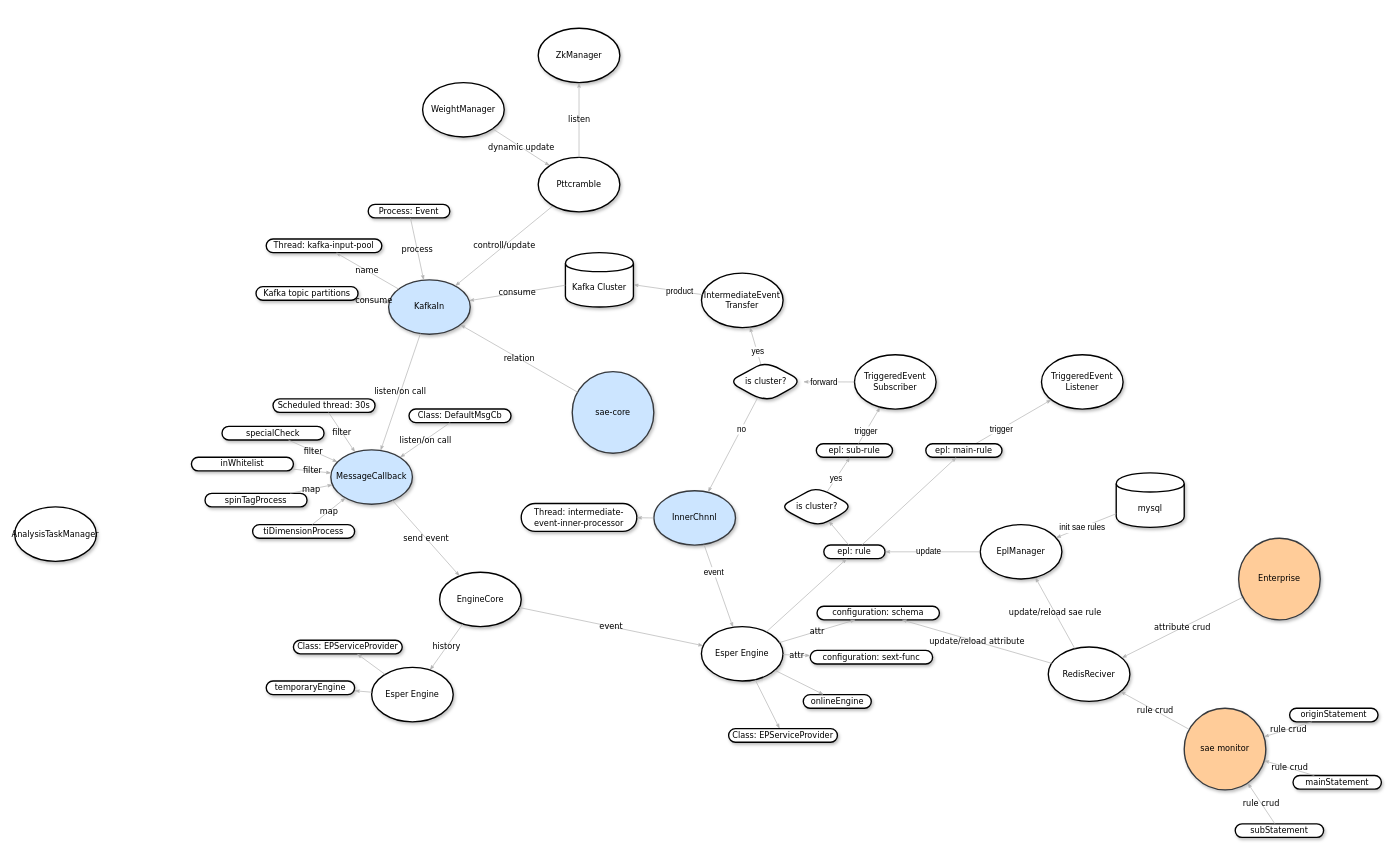
Before: hansight-sae-core-concept.drawio in popvlovs/popvlovs-repository, a draw.io diagram. Source tidied: cells renumbered, new cells numbered last; positions are measured from the earlier drawing's top-left corner, leaving out a move shared by most shapes. Both pictures are drawn from the tidied source at 68%, with x=0, y=0 at pixel (14, 28).
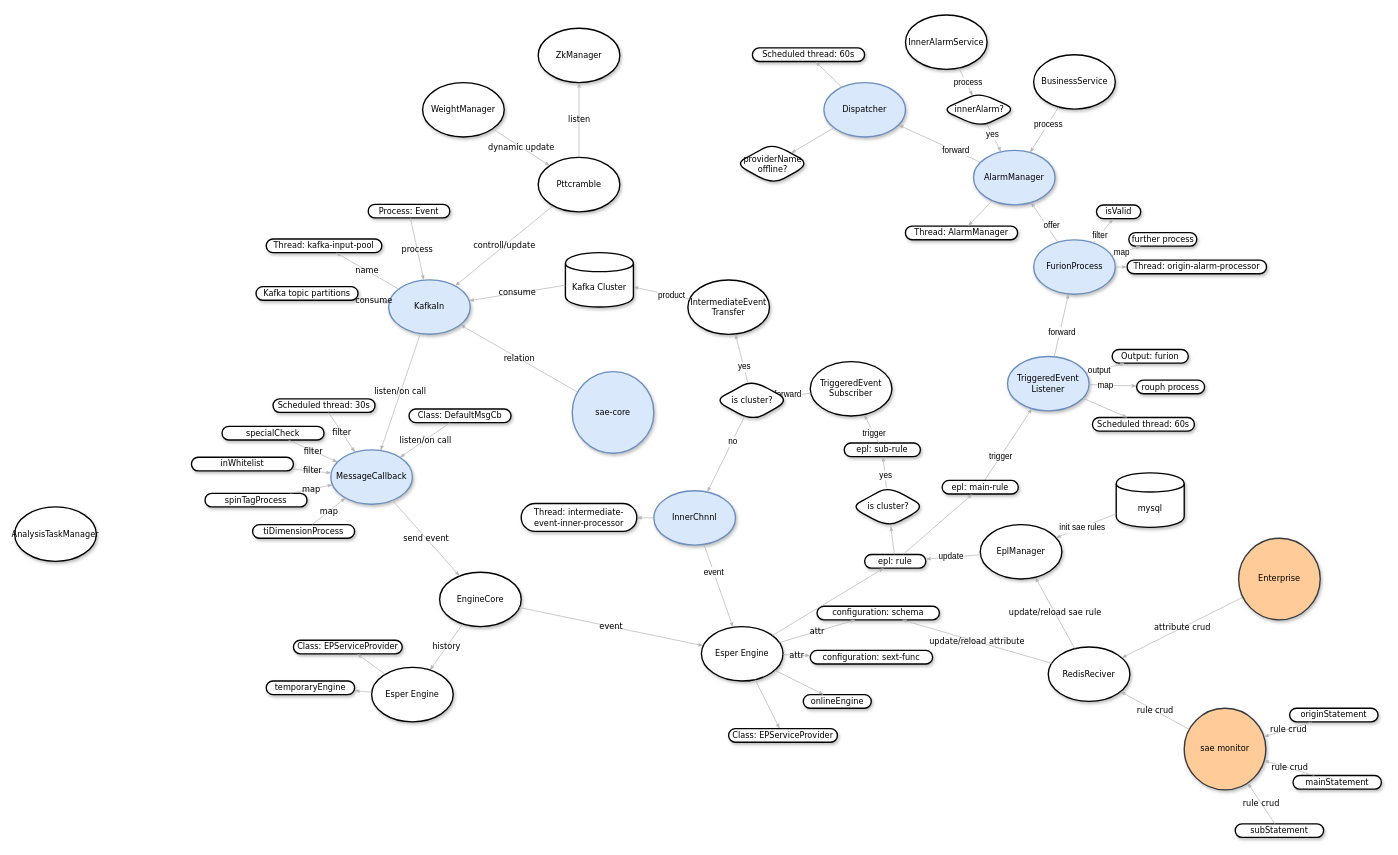
The same diagram, later.

Diff of the diagram source:
```diff
@@
-    <mxCell id="2" value="KafkaIn" style="ellipse;whiteSpace=wrap;html=1;rounded=1;shadow=1;comic=0;labelBackgroundColor=none;strokeColor=#36393d;strokeWidth=2;fillColor=#cce5ff;fontFamily=Verdana;fontSize=12;align=center;" parent="1" vertex="1">
+    <mxCell id="2" value="KafkaIn" style="ellipse;whiteSpace=wrap;html=1;rounded=1;shadow=1;comic=0;labelBackgroundColor=none;strokeColor=#6c8ebf;strokeWidth=2;fillColor=#dae8fc;fontFamily=Verdana;fontSize=12;align=center;" parent="1" vertex="1">
       <mxGeometry x="550" y="370" width="120" height="80" as="geometry" />
     </mxCell>
-    <mxCell id="3" value="sae-core&lt;br&gt;" style="ellipse;whiteSpace=wrap;html=1;rounded=1;shadow=1;comic=0;labelBackgroundColor=none;strokeColor=#36393d;strokeWidth=2;fillColor=#cce5ff;fontFamily=Verdana;fontSize=12;align=center;" parent="1" vertex="1">
+    <mxCell id="3" value="sae-core&lt;br&gt;" style="ellipse;whiteSpace=wrap;html=1;rounded=1;shadow=1;comic=0;labelBackgroundColor=none;strokeColor=#6c8ebf;strokeWidth=2;fillColor=#dae8fc;fontFamily=Verdana;fontSize=12;align=center;" parent="1" vertex="1">
       <mxGeometry x="820" y="505" width="120" height="120" as="geometry" />
     </mxCell>
@@
-    <mxCell id="10" value="MessageCallback" style="ellipse;whiteSpace=wrap;html=1;rounded=1;shadow=1;comic=0;labelBackgroundColor=none;strokeColor=#36393d;strokeWidth=2;fillColor=#cce5ff;fontFamily=Verdana;fontSize=12;align=center;" parent="1" vertex="1">
+    <mxCell id="10" value="MessageCallback" style="ellipse;whiteSpace=wrap;html=1;rounded=1;shadow=1;comic=0;labelBackgroundColor=none;strokeColor=#6c8ebf;strokeWidth=2;fillColor=#dae8fc;fontFamily=Verdana;fontSize=12;align=center;" parent="1" vertex="1">
       <mxGeometry x="465" y="620" width="120" height="80" as="geometry" />
     </mxCell>
@@
     <mxCell id="54" value="&lt;span&gt;epl: rule&lt;/span&gt;" style="whiteSpace=wrap;html=1;rounded=1;shadow=1;comic=0;labelBackgroundColor=none;strokeColor=#000000;strokeWidth=2;fillColor=#FFFFFF;fontFamily=Verdana;fontSize=12;fontColor=#000000;align=center;arcSize=50;" parent="1" vertex="1">
-      <mxGeometry x="1190" y="760" width="90" height="20" as="geometry" />
+      <mxGeometry x="1250" y="774" width="90" height="20" as="geometry" />
     </mxCell>
@@
-    <mxCell id="63" value="TriggeredEvent&lt;br&gt;Listener" style="ellipse;whiteSpace=wrap;html=1;rounded=1;shadow=1;comic=0;labelBackgroundColor=none;strokeColor=#000000;strokeWidth=2;fillColor=#FFFFFF;fontFamily=Verdana;fontSize=12;fontColor=#000000;align=center;" parent="1" vertex="1">
-      <mxGeometry x="1510.1" y="480.2" width="120" height="80" as="geometry" />
+    <mxCell id="63" value="TriggeredEvent&lt;br&gt;Listener" style="ellipse;whiteSpace=wrap;html=1;rounded=1;shadow=1;comic=0;labelBackgroundColor=none;strokeColor=#6c8ebf;strokeWidth=2;fillColor=#dae8fc;fontFamily=Verdana;fontSize=12;align=center;" parent="1" vertex="1">
+      <mxGeometry x="1460.1" y="482.7" width="120" height="80" as="geometry" />
     </mxCell>
@@
     <mxCell id="66" value="&lt;span&gt;epl: main-rule&lt;/span&gt;" style="whiteSpace=wrap;html=1;rounded=1;shadow=1;comic=0;labelBackgroundColor=none;strokeColor=#000000;strokeWidth=2;fillColor=#FFFFFF;fontFamily=Verdana;fontSize=12;fontColor=#000000;align=center;arcSize=50;" parent="1" vertex="1">
-      <mxGeometry x="1340" y="611" width="112" height="20" as="geometry" />
+      <mxGeometry x="1364" y="665" width="112" height="20" as="geometry" />
     </mxCell>
     <mxCell id="67" value="&lt;span&gt;epl: sub-rule&lt;/span&gt;" style="whiteSpace=wrap;html=1;rounded=1;shadow=1;comic=0;labelBackgroundColor=none;strokeColor=#000000;strokeWidth=2;fillColor=#FFFFFF;fontFamily=Verdana;fontSize=12;fontColor=#000000;align=center;arcSize=50;" parent="1" vertex="1">
-      <mxGeometry x="1179" y="611" width="112" height="20" as="geometry" />
+      <mxGeometry x="1220" y="610" width="112" height="20" as="geometry" />
     </mxCell>
     <mxCell id="68" value="is cluster?" style="rhombus;whiteSpace=wrap;html=1;fillColor=#FFFFFF;fontSize=12;rounded=1;shadow=1;fontFamily=Verdana;strokeWidth=2;labelBackgroundColor=none;arcSize=50;" parent="1" vertex="1">
-      <mxGeometry x="1125" y="674" width="110" height="60" as="geometry" />
+      <mxGeometry x="1230" y="674" width="110" height="60" as="geometry" />
     </mxCell>
@@
     <mxCell id="73" value="TriggeredEvent&lt;br&gt;Subscriber" style="ellipse;whiteSpace=wrap;html=1;rounded=1;shadow=1;comic=0;labelBackgroundColor=none;strokeColor=#000000;strokeWidth=2;fillColor=#FFFFFF;fontFamily=Verdana;fontSize=12;fontColor=#000000;align=center;" parent="1" vertex="1">
-      <mxGeometry x="1235.1" y="480.2" width="120" height="80" as="geometry" />
+      <mxGeometry x="1170.1" y="490.2" width="120" height="80" as="geometry" />
     </mxCell>
@@
     <mxCell id="78" value="IntermediateEvent&lt;br&gt;Transfer&lt;br&gt;" style="ellipse;whiteSpace=wrap;html=1;rounded=1;shadow=1;comic=0;labelBackgroundColor=none;strokeColor=#000000;strokeWidth=2;fillColor=#FFFFFF;fontFamily=Verdana;fontSize=12;fontColor=#000000;align=center;" parent="1" vertex="1">
-      <mxGeometry x="1010.1" y="360.2" width="120" height="80" as="geometry" />
+      <mxGeometry x="990.1" y="370.2" width="120" height="80" as="geometry" />
     </mxCell>
@@
     <mxCell id="83" value="is cluster?" style="rhombus;whiteSpace=wrap;html=1;fillColor=#FFFFFF;fontSize=12;rounded=1;shadow=1;fontFamily=Verdana;strokeWidth=2;labelBackgroundColor=none;arcSize=50;" parent="1" vertex="1">
-      <mxGeometry x="1050" y="490" width="110" height="60" as="geometry" />
+      <mxGeometry x="1030" y="517.5" width="110" height="60" as="geometry" />
     </mxCell>
@@
-    <mxCell id="86" value="InnerChnnl" style="ellipse;whiteSpace=wrap;html=1;rounded=1;shadow=1;comic=0;labelBackgroundColor=none;strokeColor=#36393d;strokeWidth=2;fillColor=#cce5ff;fontFamily=Verdana;fontSize=12;align=center;" parent="1" vertex="1">
+    <mxCell id="86" value="InnerChnnl" style="ellipse;whiteSpace=wrap;html=1;rounded=1;shadow=1;comic=0;labelBackgroundColor=none;strokeColor=#6c8ebf;strokeWidth=2;fillColor=#dae8fc;fontFamily=Verdana;fontSize=12;align=center;" parent="1" vertex="1">
       <mxGeometry x="940.1" y="680.2" width="120" height="80" as="geometry" />
     </mxCell>
@@
+    <mxCell id="101" value="Scheduled thread: 60s" style="whiteSpace=wrap;html=1;rounded=1;shadow=1;comic=0;labelBackgroundColor=none;strokeColor=#000000;strokeWidth=2;fillColor=#FFFFFF;fontFamily=Verdana;fontSize=12;fontColor=#000000;align=center;arcSize=50;" parent="1" vertex="1">
+      <mxGeometry x="1585" y="572.5" width="150" height="20" as="geometry" />
+    </mxCell>
+    <mxCell id="102" style="edgeStyle=none;rounded=1;html=1;labelBackgroundColor=none;startArrow=none;startFill=0;startSize=5;endArrow=classicThin;endFill=1;endSize=5;jettySize=auto;strokeColor=#B3B3B3;strokeWidth=1;fontFamily=Verdana;fontSize=12;fontColor=#000000;" parent="1" edge="1" source="63" target="101">
+      <mxGeometry relative="1" as="geometry" />
+    </mxCell>
+    <mxCell id="103" value="rouph process" style="whiteSpace=wrap;html=1;rounded=1;shadow=1;comic=0;labelBackgroundColor=none;strokeColor=#000000;strokeWidth=2;fillColor=#FFFFFF;fontFamily=Verdana;fontSize=12;fontColor=#000000;align=center;arcSize=50;" parent="1" vertex="1">
+      <mxGeometry x="1650" y="517.5" width="100" height="20" as="geometry" />
+    </mxCell>
+    <mxCell id="104" style="edgeStyle=none;rounded=1;html=1;labelBackgroundColor=none;startArrow=none;startFill=0;startSize=5;endArrow=classicThin;endFill=1;endSize=5;jettySize=auto;strokeColor=#B3B3B3;strokeWidth=1;fontFamily=Verdana;fontSize=12;fontColor=#000000;" parent="1" edge="1" source="63" target="103">
+      <mxGeometry relative="1" as="geometry" />
+    </mxCell>
+    <mxCell id="105" value="map" style="text;html=1;align=center;verticalAlign=middle;labelBackgroundColor=#ffffff;fontSize=12;" parent="104" vertex="1">
+      <mxGeometry x="-0.34" relative="1" as="geometry" />
+    </mxCell>
+    <mxCell id="106" value="&lt;span&gt;Output: furion&lt;/span&gt;" style="whiteSpace=wrap;html=1;rounded=1;shadow=1;comic=0;labelBackgroundColor=none;strokeColor=#000000;strokeWidth=2;fillColor=#FFFFFF;fontFamily=Verdana;fontSize=12;fontColor=#000000;align=center;arcSize=50;" parent="1" vertex="1">
+      <mxGeometry x="1614" y="472.5" width="112" height="20" as="geometry" />
+    </mxCell>
+    <mxCell id="107" style="edgeStyle=none;rounded=1;html=1;labelBackgroundColor=none;startArrow=none;startFill=0;startSize=5;endArrow=classicThin;endFill=1;endSize=5;jettySize=auto;strokeColor=#B3B3B3;strokeWidth=1;fontFamily=Verdana;fontSize=12;fontColor=#000000;" parent="1" edge="1" source="63" target="106">
+      <mxGeometry relative="1" as="geometry" />
+    </mxCell>
+    <mxCell id="108" value="output" style="text;html=1;align=center;verticalAlign=middle;labelBackgroundColor=#ffffff;fontSize=12;" parent="107" vertex="1">
+      <mxGeometry x="-0.34" relative="1" as="geometry" />
+    </mxCell>
+    <mxCell id="109" value="FurionProcess" style="ellipse;whiteSpace=wrap;html=1;rounded=1;shadow=1;comic=0;labelBackgroundColor=none;strokeColor=#6c8ebf;strokeWidth=2;fillColor=#dae8fc;fontFamily=Verdana;fontSize=12;align=center;" parent="1" vertex="1">
+      <mxGeometry x="1498.6" y="311.2" width="120" height="80" as="geometry" />
+    </mxCell>
+    <mxCell id="110" value="Thread:&amp;nbsp;&lt;span&gt;origin-alarm-processor&lt;/span&gt;" style="whiteSpace=wrap;html=1;rounded=1;shadow=1;comic=0;labelBackgroundColor=none;strokeColor=#000000;strokeWidth=2;fillColor=#FFFFFF;fontFamily=Verdana;fontSize=12;fontColor=#000000;align=center;arcSize=50;" parent="1" vertex="1">
+      <mxGeometry x="1636" y="341" width="205" height="20" as="geometry" />
+    </mxCell>
+    <mxCell id="111" style="edgeStyle=none;rounded=1;html=1;labelBackgroundColor=none;startArrow=none;startFill=0;startSize=5;endArrow=classicThin;endFill=1;endSize=5;jettySize=auto;strokeColor=#B3B3B3;strokeWidth=1;fontFamily=Verdana;fontSize=12;fontColor=#000000;" parent="1" edge="1" source="63" target="109">
+      <mxGeometry relative="1" as="geometry" />
+    </mxCell>
+    <mxCell id="112" value="forward&lt;br&gt;" style="text;html=1;align=center;verticalAlign=middle;labelBackgroundColor=#ffffff;fontSize=12;" parent="111" vertex="1">
+      <mxGeometry x="-0.34" relative="1" as="geometry">
+        <mxPoint x="3.5" y="-6.5" as="offset" />
+      </mxGeometry>
+    </mxCell>
+    <mxCell id="113" value="further process" style="whiteSpace=wrap;html=1;rounded=1;shadow=1;comic=0;labelBackgroundColor=none;strokeColor=#000000;strokeWidth=2;fillColor=#FFFFFF;fontFamily=Verdana;fontSize=12;fontColor=#000000;align=center;arcSize=50;" parent="1" vertex="1">
+      <mxGeometry x="1638.5" y="300.5" width="100" height="20" as="geometry" />
+    </mxCell>
+    <mxCell id="114" style="edgeStyle=none;rounded=1;html=1;labelBackgroundColor=none;startArrow=none;startFill=0;startSize=5;endArrow=classicThin;endFill=1;endSize=5;jettySize=auto;strokeColor=#B3B3B3;strokeWidth=1;fontFamily=Verdana;fontSize=12;fontColor=#000000;" parent="1" edge="1" source="109" target="113">
+      <mxGeometry relative="1" as="geometry" />
+    </mxCell>
+    <mxCell id="115" value="map" style="text;html=1;align=center;verticalAlign=middle;labelBackgroundColor=#ffffff;fontSize=12;" parent="114" vertex="1">
+      <mxGeometry x="-0.34" relative="1" as="geometry" />
+    </mxCell>
+    <mxCell id="116" style="edgeStyle=none;rounded=1;html=1;labelBackgroundColor=none;startArrow=none;startFill=0;startSize=5;endArrow=classicThin;endFill=1;endSize=5;jettySize=auto;strokeColor=#B3B3B3;strokeWidth=1;fontFamily=Verdana;fontSize=12;fontColor=#000000;" parent="1" edge="1" source="109" target="110">
+      <mxGeometry relative="1" as="geometry" />
+    </mxCell>
+    <mxCell id="117" value="isValid" style="whiteSpace=wrap;html=1;rounded=1;shadow=1;comic=0;labelBackgroundColor=none;strokeColor=#000000;strokeWidth=2;fillColor=#FFFFFF;fontFamily=Verdana;fontSize=12;fontColor=#000000;align=center;arcSize=50;" parent="1" vertex="1">
+      <mxGeometry x="1591" y="260" width="65" height="20" as="geometry" />
+    </mxCell>
+    <mxCell id="118" style="edgeStyle=none;rounded=1;html=1;labelBackgroundColor=none;startArrow=none;startFill=0;startSize=5;endArrow=classicThin;endFill=1;endSize=5;jettySize=auto;strokeColor=#B3B3B3;strokeWidth=1;fontFamily=Verdana;fontSize=12;fontColor=#000000;" parent="1" edge="1" source="109" target="117">
+      <mxGeometry relative="1" as="geometry" />
+    </mxCell>
+    <mxCell id="119" value="filter" style="text;html=1;align=center;verticalAlign=middle;labelBackgroundColor=#ffffff;fontSize=12;" parent="118" vertex="1">
+      <mxGeometry x="-0.34" relative="1" as="geometry" />
+    </mxCell>
+    <mxCell id="120" value="AlarmManager" style="ellipse;whiteSpace=wrap;html=1;rounded=1;shadow=1;comic=0;labelBackgroundColor=none;strokeColor=#6c8ebf;strokeWidth=2;fillColor=#dae8fc;fontFamily=Verdana;fontSize=12;align=center;" parent="1" vertex="1">
+      <mxGeometry x="1410.1" y="179.7" width="120" height="80" as="geometry" />
+    </mxCell>
+    <mxCell id="121" style="edgeStyle=none;rounded=1;html=1;labelBackgroundColor=none;startArrow=none;startFill=0;startSize=5;endArrow=classicThin;endFill=1;endSize=5;jettySize=auto;strokeColor=#B3B3B3;strokeWidth=1;fontFamily=Verdana;fontSize=12;fontColor=#000000;" parent="1" edge="1" source="109" target="120">
+      <mxGeometry relative="1" as="geometry" />
+    </mxCell>
+    <mxCell id="122" value="offer&lt;br&gt;" style="text;html=1;align=center;verticalAlign=middle;labelBackgroundColor=#ffffff;fontSize=12;" parent="121" vertex="1">
+      <mxGeometry x="-0.34" relative="1" as="geometry">
+        <mxPoint x="3.5" y="-6.5" as="offset" />
+      </mxGeometry>
+    </mxCell>
+    <mxCell id="123" value="Thread:&amp;nbsp;&lt;span&gt;AlarmManager&lt;/span&gt;" style="whiteSpace=wrap;html=1;rounded=1;shadow=1;comic=0;labelBackgroundColor=none;strokeColor=#000000;strokeWidth=2;fillColor=#FFFFFF;fontFamily=Verdana;fontSize=12;fontColor=#000000;align=center;arcSize=50;" parent="1" vertex="1">
+      <mxGeometry x="1310" y="291" width="165" height="20" as="geometry" />
+    </mxCell>
+    <mxCell id="124" style="edgeStyle=none;rounded=1;html=1;labelBackgroundColor=none;startArrow=none;startFill=0;startSize=5;endArrow=classicThin;endFill=1;endSize=5;jettySize=auto;strokeColor=#B3B3B3;strokeWidth=1;fontFamily=Verdana;fontSize=12;fontColor=#000000;" parent="1" edge="1" source="120" target="123">
+      <mxGeometry relative="1" as="geometry" />
+    </mxCell>
+    <mxCell id="125" value="BusinessService" style="ellipse;whiteSpace=wrap;html=1;rounded=1;shadow=1;comic=0;labelBackgroundColor=none;strokeColor=#000000;strokeWidth=2;fillColor=#FFFFFF;fontFamily=Verdana;fontSize=12;fontColor=#000000;align=center;" parent="1" vertex="1">
+      <mxGeometry x="1498.6" y="39" width="120" height="80" as="geometry" />
+    </mxCell>
+    <mxCell id="126" style="edgeStyle=none;rounded=1;html=1;labelBackgroundColor=none;startArrow=none;startFill=0;startSize=5;endArrow=classicThin;endFill=1;endSize=5;jettySize=auto;strokeColor=#B3B3B3;strokeWidth=1;fontFamily=Verdana;fontSize=12;fontColor=#000000;" parent="1" edge="1" source="125" target="120">
+      <mxGeometry relative="1" as="geometry" />
+    </mxCell>
+    <mxCell id="127" value="process" style="text;html=1;align=center;verticalAlign=middle;labelBackgroundColor=#ffffff;fontSize=12;" parent="126" vertex="1">
+      <mxGeometry x="-0.23" relative="1" as="geometry" />
+    </mxCell>
+    <mxCell id="128" value="InnerAlarmService" style="ellipse;whiteSpace=wrap;html=1;rounded=1;shadow=1;comic=0;labelBackgroundColor=none;strokeColor=#000000;strokeWidth=2;fillColor=#FFFFFF;fontFamily=Verdana;fontSize=12;fontColor=#000000;align=center;" parent="1" vertex="1">
+      <mxGeometry x="1310.1" y="-19.5" width="120" height="80" as="geometry" />
+    </mxCell>
+    <mxCell id="129" value="innerAlarm?" style="rhombus;whiteSpace=wrap;html=1;fillColor=#FFFFFF;fontSize=12;rounded=1;shadow=1;fontFamily=Verdana;strokeWidth=2;labelBackgroundColor=none;arcSize=50;" parent="1" vertex="1">
+      <mxGeometry x="1364" y="94.5" width="110" height="51" as="geometry" />
+    </mxCell>
+    <mxCell id="130" style="edgeStyle=none;rounded=1;html=1;labelBackgroundColor=none;startArrow=none;startFill=0;startSize=5;endArrow=classicThin;endFill=1;endSize=5;jettySize=auto;strokeColor=#B3B3B3;strokeWidth=1;fontFamily=Verdana;fontSize=12;fontColor=#000000;" parent="1" edge="1" source="128" target="129">
+      <mxGeometry relative="1" as="geometry" />
+    </mxCell>
+    <mxCell id="131" value="process" style="text;html=1;align=center;verticalAlign=middle;labelBackgroundColor=#ffffff;fontSize=12;" parent="130" vertex="1">
+      <mxGeometry x="0.3" y="1" relative="1" as="geometry">
+        <mxPoint x="-1" y="-5.5" as="offset" />
+      </mxGeometry>
+    </mxCell>
+    <mxCell id="132" style="edgeStyle=none;rounded=1;html=1;labelBackgroundColor=none;startArrow=none;startFill=0;startSize=5;endArrow=classicThin;endFill=1;endSize=5;jettySize=auto;strokeColor=#B3B3B3;strokeWidth=1;fontFamily=Verdana;fontSize=12;fontColor=#000000;" parent="1" edge="1" source="129" target="120">
+      <mxGeometry relative="1" as="geometry" />
+    </mxCell>
+    <mxCell id="133" value="yes" style="text;html=1;align=center;verticalAlign=middle;labelBackgroundColor=#ffffff;fontSize=12;" parent="132" vertex="1">
+      <mxGeometry x="-0.23" relative="1" as="geometry" />
+    </mxCell>
+    <mxCell id="134" value="Dispatcher" style="ellipse;whiteSpace=wrap;html=1;rounded=1;shadow=1;comic=0;labelBackgroundColor=none;strokeColor=#6c8ebf;strokeWidth=2;fillColor=#dae8fc;fontFamily=Verdana;fontSize=12;align=center;" parent="1" vertex="1">
+      <mxGeometry x="1190.1" y="80" width="120" height="80" as="geometry" />
+    </mxCell>
+    <mxCell id="135" value="Scheduled thread: 60s" style="whiteSpace=wrap;html=1;rounded=1;shadow=1;comic=0;labelBackgroundColor=none;strokeColor=#000000;strokeWidth=2;fillColor=#FFFFFF;fontFamily=Verdana;fontSize=12;fontColor=#000000;align=center;arcSize=50;" parent="1" vertex="1">
+      <mxGeometry x="1085" y="29" width="165" height="20" as="geometry" />
+    </mxCell>
+    <mxCell id="136" style="edgeStyle=none;rounded=1;html=1;labelBackgroundColor=none;startArrow=none;startFill=0;startSize=5;endArrow=classicThin;endFill=1;endSize=5;jettySize=auto;strokeColor=#B3B3B3;strokeWidth=1;fontFamily=Verdana;fontSize=12;fontColor=#000000;" parent="1" edge="1" source="134" target="135">
+      <mxGeometry relative="1" as="geometry" />
+    </mxCell>
+    <mxCell id="137" style="edgeStyle=none;rounded=1;html=1;labelBackgroundColor=none;startArrow=none;startFill=0;startSize=5;endArrow=classicThin;endFill=1;endSize=5;jettySize=auto;strokeColor=#B3B3B3;strokeWidth=1;fontFamily=Verdana;fontSize=12;fontColor=#000000;" parent="1" edge="1" source="120" target="134">
+      <mxGeometry relative="1" as="geometry" />
+    </mxCell>
+    <mxCell id="138" value="forward" style="text;html=1;align=center;verticalAlign=middle;labelBackgroundColor=#ffffff;fontSize=12;" parent="137" vertex="1">
+      <mxGeometry x="-0.38" y="-1" relative="1" as="geometry" />
+    </mxCell>
+    <mxCell id="139" value="providerName&lt;br&gt;offline?" style="rhombus;whiteSpace=wrap;html=1;fillColor=#FFFFFF;fontSize=12;rounded=1;shadow=1;fontFamily=Verdana;strokeWidth=2;labelBackgroundColor=none;arcSize=50;" parent="1" vertex="1">
+      <mxGeometry x="1060" y="169" width="110" height="61" as="geometry" />
+    </mxCell>
+    <mxCell id="140" style="edgeStyle=none;rounded=1;html=1;labelBackgroundColor=none;startArrow=none;startFill=0;startSize=5;endArrow=classicThin;endFill=1;endSize=5;jettySize=auto;strokeColor=#B3B3B3;strokeWidth=1;fontFamily=Verdana;fontSize=12;fontColor=#000000;" parent="1" edge="1" source="134" target="139">
+      <mxGeometry relative="1" as="geometry" />
+    </mxCell>
```
